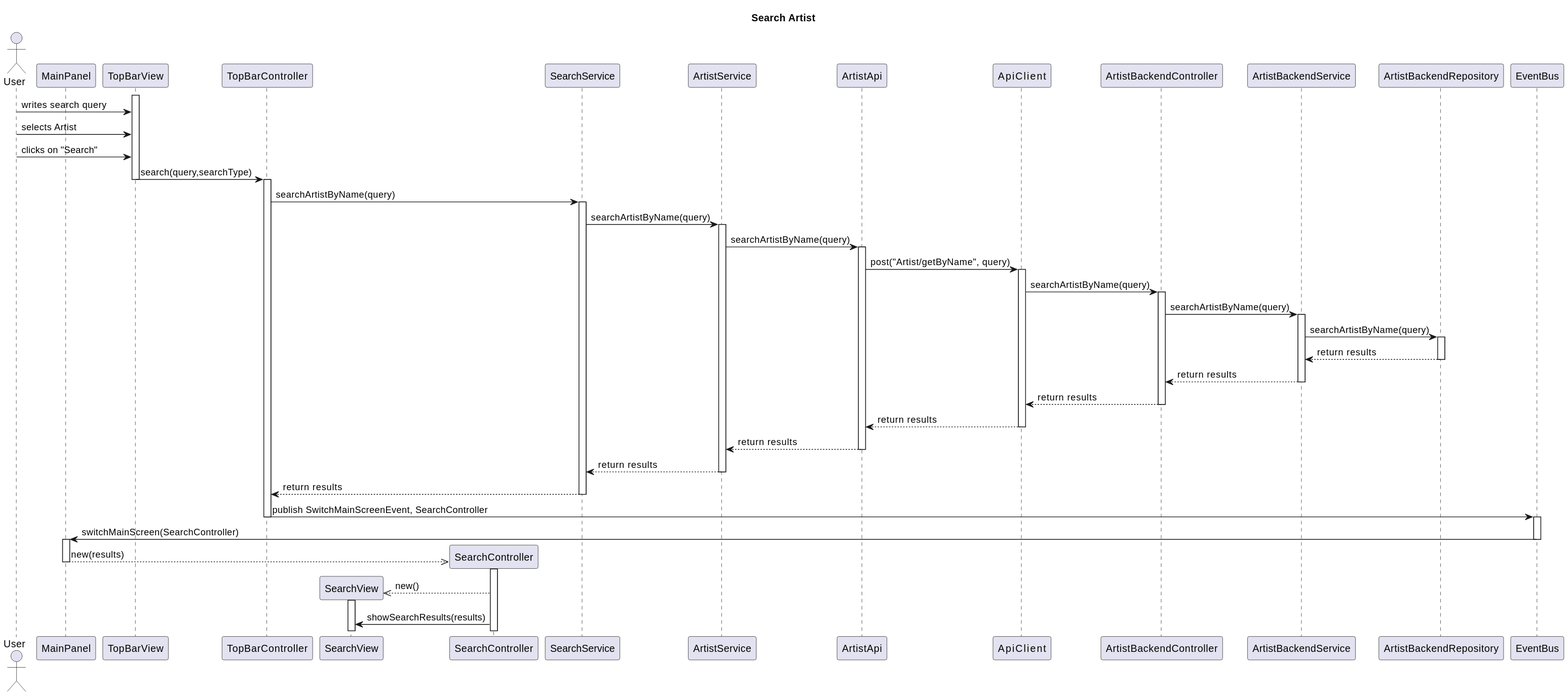
This is Paradoteo_4/SequenceDiagrams-v0.3/SearchArtist.svg from RubenKingCP/Tunix, a PlantUML export, as it was before one commit. The source it was exported from:
```plantuml
@startuml
title Search Artist

actor User

participant MainPanel
participant TopBarView
participant TopBarController
participant SearchView
participant SearchController
participant SearchService
participant ArtistService
participant ArtistApi
participant ApiService
participant ArtistBackendController
participant ArtistBackendService
participant ArtistBackendRepository


participant EventBus

activate TopBarView
User -> TopBarView : writes search query
User -> TopBarView : selects Artist
User -> TopBarView : clicks on "Search"
TopBarView -> TopBarController : search(query,searchType)
deactivate TopBarView
activate TopBarController
TopBarController -> SearchService : searchArtistByName(query)
activate SearchService
SearchService -> ArtistService : searchArtistByName(query)
activate ArtistService
ArtistService -> ArtistApi : searchArtistByName(query)
activate ArtistApi
ArtistApi -> ApiService : post("Artist/getByName", query)
activate ApiService
ApiService -> ArtistBackendController : searchArtistByName(query)
activate ArtistBackendController
ArtistBackendController -> ArtistBackendService : searchArtistByName(query)
activate ArtistBackendService
ArtistBackendService -> ArtistBackendRepository : searchArtistByName(query)
activate ArtistBackendRepository
ArtistBackendRepository --> ArtistBackendService : return results
deactivate ArtistBackendRepository
ArtistBackendService --> ArtistBackendController : return results
deactivate ArtistBackendService
ArtistBackendController --> ApiService : return results
deactivate ArtistBackendController
ApiService --> ArtistApi : return results
deactivate ApiService
ArtistApi --> ArtistService : return results
deactivate ArtistApi
ArtistService --> SearchService : return results
deactivate ArtistService
SearchService --> TopBarController : return results
deactivate SearchService
TopBarController -> EventBus : publish SwitchMainScreenEvent, SearchController
deactivate TopBarController
activate EventBus
EventBus -> MainPanel : switchMainScreen(SearchController)
deactivate EventBus
activate MainPanel
create SearchController
MainPanel -->> SearchController : new(results)
deactivate MainPanel
activate SearchController
create SearchView
SearchController -->> SearchView : new()
activate SearchView
SearchController -> SearchView : showSearchResults(results)
@enduml
```
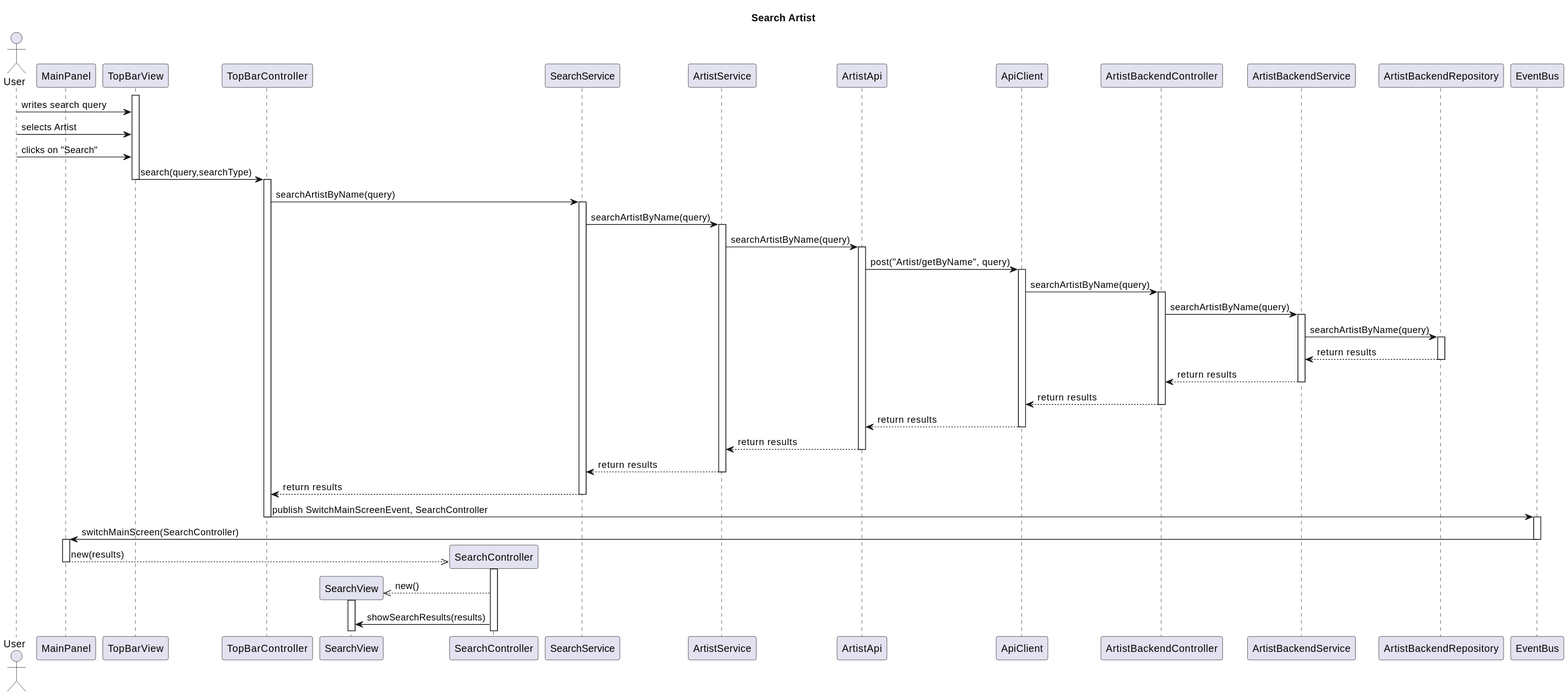
The same file after the commit.

Diff of the diagram source:
```diff
@@ -11,7 +11,7 @@
 participant SearchService
 participant ArtistService
 participant ArtistApi
-participant ApiService
+participant ApiClient
 participant ArtistBackendController
 participant ArtistBackendService
 participant ArtistBackendRepository
@@ -32,9 +32,9 @@
 activate ArtistService
 ArtistService -> ArtistApi : searchArtistByName(query)
 activate ArtistApi
-ArtistApi -> ApiService : post("Artist/getByName", query)
-activate ApiService
-ApiService -> ArtistBackendController : searchArtistByName(query)
+ArtistApi -> ApiClient : post("Artist/getByName", query)
+activate ApiClient
+ApiClient -> ArtistBackendController : searchArtistByName(query)
 activate ArtistBackendController
 ArtistBackendController -> ArtistBackendService : searchArtistByName(query)
 activate ArtistBackendService
@@ -44,10 +44,10 @@
 deactivate ArtistBackendRepository
 ArtistBackendService --> ArtistBackendController : return results
 deactivate ArtistBackendService
-ArtistBackendController --> ApiService : return results
+ArtistBackendController --> ApiClient : return results
 deactivate ArtistBackendController
-ApiService --> ArtistApi : return results
-deactivate ApiService
+ApiClient --> ArtistApi : return results
+deactivate ApiClient
 ArtistApi --> ArtistService : return results
 deactivate ArtistApi
 ArtistService --> SearchService : return results
```
